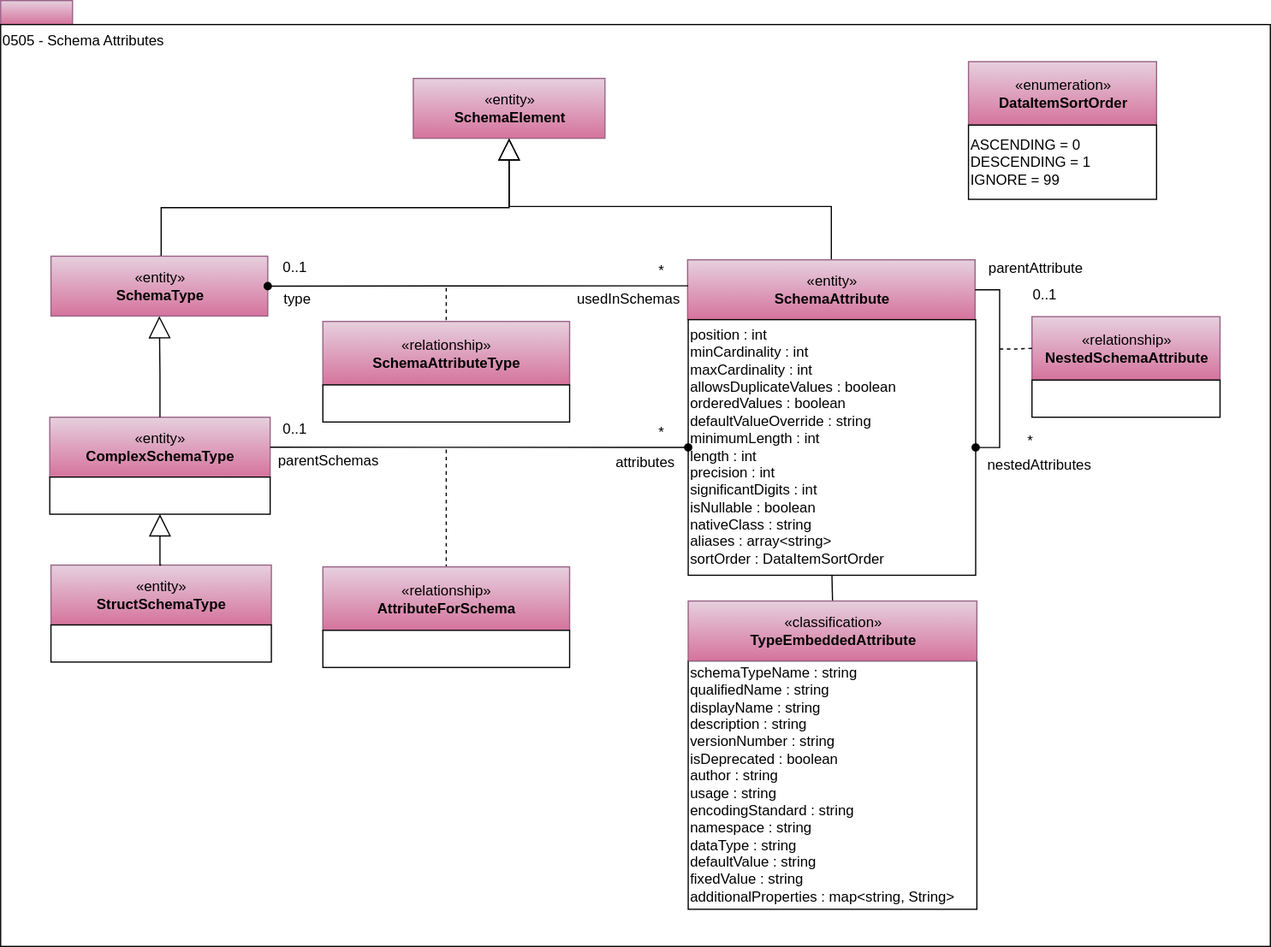
This is site/docs/types/5/0505-Schema-Attributes.svg from odpi/egeria-docs, a draw.io export, as it was before one commit. Source tidied: cells renumbered, new cells last; positions are measured from the earlier drawing's top-left corner, leaving out a move shared by most shapes. Source of this version:
```xml
<mxGraphModel>
  <root>
    <mxCell id="0" />
    <mxCell id="1" parent="0" />
    <mxCell id="2" style="rounded=0;whiteSpace=wrap;html=1;align=left;fillColor=#e6d0de;strokeColor=#996185;gradientColor=#d5739d;" parent="1" vertex="1">
      <mxGeometry width="60" height="20" as="geometry" />
    </mxCell>
    <mxCell id="3" value="0505 - Schema Attributes" style="rounded=0;whiteSpace=wrap;html=1;align=left;verticalAlign=top;" parent="1" vertex="1">
      <mxGeometry y="20" width="1060" height="770" as="geometry" />
    </mxCell>
    <mxCell id="4" value="«entity»&lt;br&gt;&lt;b&gt;SchemaElement&lt;/b&gt;" style="html=1;strokeColor=#996185;align=center;fillColor=#e6d0de;gradientColor=#d5739d;" parent="1" vertex="1">
      <mxGeometry x="344.5" y="65" width="160" height="50" as="geometry" />
    </mxCell>
    <mxCell id="5" style="edgeStyle=orthogonalEdgeStyle;rounded=0;jettySize=auto;html=1;exitX=0.5;exitY=0;exitDx=0;exitDy=0;startArrow=none;startFill=0;startSize=6;endArrow=block;endFill=0;endSize=16;entryX=0.5;entryY=1;entryDx=0;entryDy=0;" parent="1" edge="1" source="6" target="4">
      <mxGeometry relative="1" as="geometry">
        <Array as="points">
          <mxPoint x="134" y="214" />
          <mxPoint x="134" y="173" />
          <mxPoint x="425" y="173" />
        </Array>
      </mxGeometry>
    </mxCell>
    <mxCell id="6" value="«entity»&lt;br&gt;&lt;b&gt;SchemaType&lt;/b&gt;" style="html=1;strokeColor=#996185;align=center;fillColor=#e6d0de;gradientColor=#d5739d;" parent="1" vertex="1">
      <mxGeometry x="42" y="213.5" width="181" height="50" as="geometry" />
    </mxCell>
    <mxCell id="7" style="edgeStyle=orthogonalEdgeStyle;rounded=0;jettySize=auto;html=1;exitX=0.5;exitY=0;exitDx=0;exitDy=0;startSize=6;endArrow=none;endFill=0;endSize=16;entryX=0.5;entryY=1;entryDx=0;entryDy=0;" parent="1" edge="1" source="36" target="34">
      <mxGeometry relative="1" as="geometry" />
    </mxCell>
    <mxCell id="8" style="edgeStyle=orthogonalEdgeStyle;rounded=0;jettySize=auto;html=1;exitX=0.5;exitY=0;exitDx=0;exitDy=0;entryX=0.5;entryY=1;entryDx=0;entryDy=0;startSize=6;endArrow=block;endFill=0;endSize=16;" parent="1" edge="1" source="33" target="4">
      <mxGeometry relative="1" as="geometry">
        <Array as="points">
          <mxPoint x="694" y="172" />
          <mxPoint x="425" y="172" />
        </Array>
      </mxGeometry>
    </mxCell>
    <mxCell id="9" style="group;" parent="1" vertex="1">
      <mxGeometry x="861" y="264" width="157" height="84" as="geometry" />
    </mxCell>
    <mxCell id="10" value="«relationship»&lt;br&gt;&lt;b&gt;NestedSchemaAttribute&lt;/b&gt;" style="html=1;strokeColor=#996185;align=center;fillColor=#e6d0de;gradientColor=#d5739d;" parent="9" vertex="1">
      <mxGeometry width="157" height="53" as="geometry" />
    </mxCell>
    <mxCell id="11" style="rounded=0;whiteSpace=wrap;html=1;strokeColor=#000000;gradientColor=#ffffff;align=center;" parent="9" vertex="1">
      <mxGeometry y="53" width="157" height="31" as="geometry" />
    </mxCell>
    <mxCell id="12" style="endArrow=none;dashed=1;html=1;edgeStyle=orthogonalEdgeStyle;rounded=0;entryX=0;entryY=0.5;entryDx=0;entryDy=0;" parent="1" edge="1" target="10">
      <mxGeometry relative="1" as="geometry">
        <mxPoint x="834" y="291" as="sourcePoint" />
      </mxGeometry>
    </mxCell>
    <mxCell id="13" value="parentAttribute" style="text;html=1;strokeColor=none;fillColor=none;align=center;verticalAlign=middle;whiteSpace=wrap;rounded=0;" parent="1" vertex="1">
      <mxGeometry x="811" y="214" width="107" height="20" as="geometry" />
    </mxCell>
    <mxCell id="14" value="nestedAttributes" style="text;html=1;strokeColor=none;fillColor=none;align=center;verticalAlign=middle;whiteSpace=wrap;rounded=0;" parent="1" vertex="1">
      <mxGeometry x="813.5" y="378.2" width="107" height="20" as="geometry" />
    </mxCell>
    <mxCell id="15" value="*" style="text;html=1;strokeColor=none;fillColor=none;align=center;verticalAlign=middle;whiteSpace=wrap;rounded=0;" parent="1" vertex="1">
      <mxGeometry x="840" y="358.2" width="40" height="20" as="geometry" />
    </mxCell>
    <mxCell id="16" value="0..1" style="text;html=1;strokeColor=none;fillColor=none;align=center;verticalAlign=middle;whiteSpace=wrap;rounded=0;" parent="1" vertex="1">
      <mxGeometry x="852" y="236" width="40" height="20" as="geometry" />
    </mxCell>
    <mxCell id="17" style="endArrow=none;dashed=1;html=1;" parent="1" edge="1" target="19">
      <mxGeometry relative="1" as="geometry">
        <mxPoint x="372" y="375" as="sourcePoint" />
      </mxGeometry>
    </mxCell>
    <mxCell id="18" style="group;" parent="1" vertex="1">
      <mxGeometry x="269" y="473" width="206" height="84" as="geometry" />
    </mxCell>
    <mxCell id="19" value="«relationship»&lt;br&gt;&lt;b&gt;AttributeForSchema&lt;/b&gt;" style="html=1;strokeColor=#996185;align=center;fillColor=#e6d0de;gradientColor=#d5739d;" parent="18" vertex="1">
      <mxGeometry width="206" height="53" as="geometry" />
    </mxCell>
    <mxCell id="20" style="rounded=0;whiteSpace=wrap;html=1;strokeColor=#000000;gradientColor=#ffffff;align=center;" parent="18" vertex="1">
      <mxGeometry y="53" width="206" height="31" as="geometry" />
    </mxCell>
    <mxCell id="21" style="group;" parent="1" vertex="1">
      <mxGeometry x="41" y="348" width="184" height="81" as="geometry" />
    </mxCell>
    <mxCell id="22" value="«entity»&lt;br&gt;&lt;b&gt;ComplexSchemaType&lt;/b&gt;" style="html=1;strokeColor=#996185;align=center;fillColor=#e6d0de;gradientColor=#d5739d;" parent="21" vertex="1">
      <mxGeometry width="184" height="50" as="geometry" />
    </mxCell>
    <mxCell id="23" style="rounded=0;whiteSpace=wrap;html=1;strokeColor=#000000;gradientColor=#ffffff;align=center;" parent="21" vertex="1">
      <mxGeometry y="50" width="184" height="31" as="geometry" />
    </mxCell>
    <mxCell id="24" style="edgeStyle=orthogonalEdgeStyle;rounded=0;jettySize=auto;html=1;exitX=0.5;exitY=0;exitDx=0;exitDy=0;entryX=0.5;entryY=1;entryDx=0;entryDy=0;endArrow=block;endFill=0;endSize=16;" parent="1" edge="1" source="22" target="6">
      <mxGeometry relative="1" as="geometry" />
    </mxCell>
    <mxCell id="25" value="*" style="text;html=1;strokeColor=none;fillColor=none;align=center;verticalAlign=middle;whiteSpace=wrap;rounded=0;" parent="1" vertex="1">
      <mxGeometry x="531.5" y="351" width="40" height="20" as="geometry" />
    </mxCell>
    <mxCell id="26" value="0..1" style="text;html=1;strokeColor=none;fillColor=none;align=center;verticalAlign=middle;whiteSpace=wrap;rounded=0;" parent="1" vertex="1">
      <mxGeometry x="226" y="348" width="40" height="20" as="geometry" />
    </mxCell>
    <mxCell id="27" value="attributes" style="text;html=1;strokeColor=none;fillColor=none;align=center;verticalAlign=middle;whiteSpace=wrap;rounded=0;" parent="1" vertex="1">
      <mxGeometry x="504.5" y="376" width="67" height="20" as="geometry" />
    </mxCell>
    <mxCell id="28" value="parentSchemas" style="text;html=1;strokeColor=none;fillColor=none;align=center;verticalAlign=middle;whiteSpace=wrap;rounded=0;" parent="1" vertex="1">
      <mxGeometry x="224" y="374.5" width="100" height="20" as="geometry" />
    </mxCell>
    <mxCell id="29" style="group;" parent="1" vertex="1">
      <mxGeometry x="42" y="458.5" width="184" height="81" as="geometry" />
    </mxCell>
    <mxCell id="30" value="«entity»&lt;br&gt;&lt;b&gt;StructSchemaType&lt;/b&gt;" style="html=1;strokeColor=#996185;align=center;fillColor=#e6d0de;gradientColor=#d5739d;" parent="29" vertex="1">
      <mxGeometry y="13" width="184" height="50" as="geometry" />
    </mxCell>
    <mxCell id="31" style="rounded=0;whiteSpace=wrap;html=1;strokeColor=#000000;gradientColor=#ffffff;align=center;" parent="29" vertex="1">
      <mxGeometry y="63" width="184" height="31" as="geometry" />
    </mxCell>
    <mxCell id="32" style="edgeStyle=orthogonalEdgeStyle;rounded=0;jettySize=auto;html=1;exitX=0.5;exitY=0;exitDx=0;exitDy=0;entryX=0.5;entryY=1;entryDx=0;entryDy=0;endArrow=block;endFill=0;endSize=16;" parent="1" edge="1" source="30" target="23">
      <mxGeometry relative="1" as="geometry" />
    </mxCell>
    <mxCell id="33" value="«entity»&lt;br&gt;&lt;b&gt;SchemaAttribute&lt;/b&gt;" style="html=1;strokeColor=#996185;align=center;fillColor=#e6d0de;gradientColor=#d5739d;" parent="1" vertex="1">
      <mxGeometry x="573.5" y="216.5" width="240" height="50" as="geometry" />
    </mxCell>
    <mxCell id="34" value="&lt;span style=&quot;white-space: normal&quot;&gt;position : int&lt;/span&gt;&lt;br style=&quot;white-space: normal&quot;&gt;&lt;font style=&quot;white-space: normal&quot;&gt;minCardinality : int&lt;br&gt;maxCardinality : int&lt;/font&gt;&lt;br style=&quot;white-space: normal&quot;&gt;&lt;font style=&quot;white-space: normal&quot;&gt;allowsDuplicateValues : boolean&lt;br&gt;orderedValues : boolean&lt;br&gt;&lt;/font&gt;&lt;span&gt;defaultValueOverride : string&lt;br&gt;minimumLength : int&lt;br&gt;length : int&lt;br&gt;precision : int&lt;br&gt;significantDigits : int&lt;br&gt;isNullable : boolean&lt;br&gt;&lt;/span&gt;&lt;font style=&quot;white-space: normal&quot;&gt;nativeClass : string&lt;br&gt;aliases : array&amp;lt;string&amp;gt;&lt;br&gt;sortOrder : DataItemSortOrder&lt;br&gt;&lt;/font&gt;" style="rounded=0;whiteSpace=wrap;html=1;strokeColor=#000000;gradientColor=#ffffff;align=left;fontColor=#000000;" parent="1" vertex="1">
      <mxGeometry x="574" y="266.5" width="240" height="213.5" as="geometry" />
    </mxCell>
    <mxCell id="35" value="schemaTypeName : string&lt;br&gt;qualifiedName : string&lt;br&gt;displayName : string&lt;br&gt;description : string&lt;br&gt;versionNumber : string&lt;br&gt;isDeprecated : boolean&lt;br&gt;author : string&lt;br&gt;usage : string&lt;br&gt;encodingStandard : string&lt;br&gt;namespace : string&lt;br&gt;dataType : string&lt;br&gt;defaultValue : string&lt;br&gt;fixedValue : string&lt;br&gt;additionalProperties : map&amp;lt;string, String&amp;gt;&lt;br&gt;&lt;div style=&quot;text-align: left&quot;&gt;&lt;/div&gt;" style="rounded=0;whiteSpace=wrap;html=1;strokeColor=#000000;gradientColor=#ffffff;align=left;" parent="1" vertex="1">
      <mxGeometry x="574" y="551.5" width="241" height="207.5" as="geometry" />
    </mxCell>
    <mxCell id="36" value="«classification»&lt;br&gt;&lt;b&gt;TypeEmbeddedAttribute&lt;/b&gt;" style="html=1;strokeColor=#996185;align=center;fillColor=#e6d0de;gradientColor=#d5739d;" parent="1" vertex="1">
      <mxGeometry x="574" y="501.5" width="241" height="50" as="geometry" />
    </mxCell>
    <mxCell id="37" style="group;" parent="1" vertex="1">
      <mxGeometry x="808" y="51" width="157" height="115" as="geometry" />
    </mxCell>
    <mxCell id="38" value="«enumeration»&lt;br&gt;&lt;b&gt;DataItemSortOrder&lt;/b&gt;" style="html=1;strokeColor=#996185;align=center;fillColor=#e6d0de;gradientColor=#d5739d;" parent="37" vertex="1">
      <mxGeometry width="157" height="53" as="geometry" />
    </mxCell>
    <mxCell id="39" value="&lt;div&gt;ASCENDING = 0&lt;/div&gt;&lt;div&gt;DESCENDING = 1&lt;/div&gt;&lt;div&gt;IGNORE = 99&lt;/div&gt;" style="rounded=0;whiteSpace=wrap;html=1;strokeColor=#000000;gradientColor=#ffffff;align=left;" parent="37" vertex="1">
      <mxGeometry y="53" width="157" height="62" as="geometry" />
    </mxCell>
    <mxCell id="40" style="endArrow=none;dashed=1;html=1;" parent="1" edge="1" target="43">
      <mxGeometry relative="1" as="geometry">
        <mxPoint x="372" y="240" as="sourcePoint" />
      </mxGeometry>
    </mxCell>
    <mxCell id="41" style="endArrow=oval;html=1;edgeStyle=orthogonalEdgeStyle;rounded=0;exitX=0;exitY=0.5;exitDx=0;exitDy=0;endFill=1;" parent="1" edge="1" target="6">
      <mxGeometry relative="1" as="geometry">
        <mxPoint x="574" y="238.2" as="sourcePoint" />
      </mxGeometry>
    </mxCell>
    <mxCell id="42" style="group;" parent="1" vertex="1">
      <mxGeometry x="269" y="268" width="206" height="84" as="geometry" />
    </mxCell>
    <mxCell id="43" value="«relationship»&lt;br&gt;&lt;b&gt;SchemaAttributeType&lt;/b&gt;" style="html=1;strokeColor=#996185;align=center;fillColor=#e6d0de;gradientColor=#d5739d;" parent="42" vertex="1">
      <mxGeometry width="206" height="53" as="geometry" />
    </mxCell>
    <mxCell id="44" style="rounded=0;whiteSpace=wrap;html=1;strokeColor=#000000;gradientColor=#ffffff;align=center;" parent="42" vertex="1">
      <mxGeometry y="53" width="206" height="31" as="geometry" />
    </mxCell>
    <mxCell id="45" value="*" style="text;html=1;strokeColor=none;fillColor=none;align=center;verticalAlign=middle;whiteSpace=wrap;rounded=0;" parent="1" vertex="1">
      <mxGeometry x="531.5" y="216" width="40" height="20" as="geometry" />
    </mxCell>
    <mxCell id="46" value="0..1" style="text;html=1;strokeColor=none;fillColor=none;align=center;verticalAlign=middle;whiteSpace=wrap;rounded=0;" parent="1" vertex="1">
      <mxGeometry x="226" y="213" width="40" height="20" as="geometry" />
    </mxCell>
    <mxCell id="47" value="usedInSchemas" style="text;html=1;strokeColor=none;fillColor=none;align=center;verticalAlign=middle;whiteSpace=wrap;rounded=0;" parent="1" vertex="1">
      <mxGeometry x="491" y="239.5" width="67" height="20" as="geometry" />
    </mxCell>
    <mxCell id="48" value="type" style="text;html=1;strokeColor=none;fillColor=none;align=center;verticalAlign=middle;whiteSpace=wrap;rounded=0;" parent="1" vertex="1">
      <mxGeometry x="224" y="239.5" width="48" height="20" as="geometry" />
    </mxCell>
    <mxCell id="49" style="endArrow=none;html=1;entryX=1;entryY=0.5;entryDx=0;entryDy=0;edgeStyle=orthogonalEdgeStyle;rounded=0;exitX=0;exitY=0.5;exitDx=0;exitDy=0;startArrow=oval;startFill=1;" parent="1" edge="1" source="34" target="22">
      <mxGeometry relative="1" as="geometry">
        <Array as="points">
          <mxPoint x="574" y="373" />
          <mxPoint x="574" y="373" />
        </Array>
      </mxGeometry>
    </mxCell>
    <mxCell id="50" style="edgeStyle=orthogonalEdgeStyle;rounded=0;jettySize=auto;html=1;entryX=1;entryY=0.5;entryDx=0;entryDy=0;fontColor=#FF0000;endArrow=oval;endFill=1;exitX=1;exitY=0.5;exitDx=0;exitDy=0;" parent="1" edge="1" source="33" target="34">
      <mxGeometry relative="1" as="geometry" />
    </mxCell>
  </root>
</mxGraphModel>
```
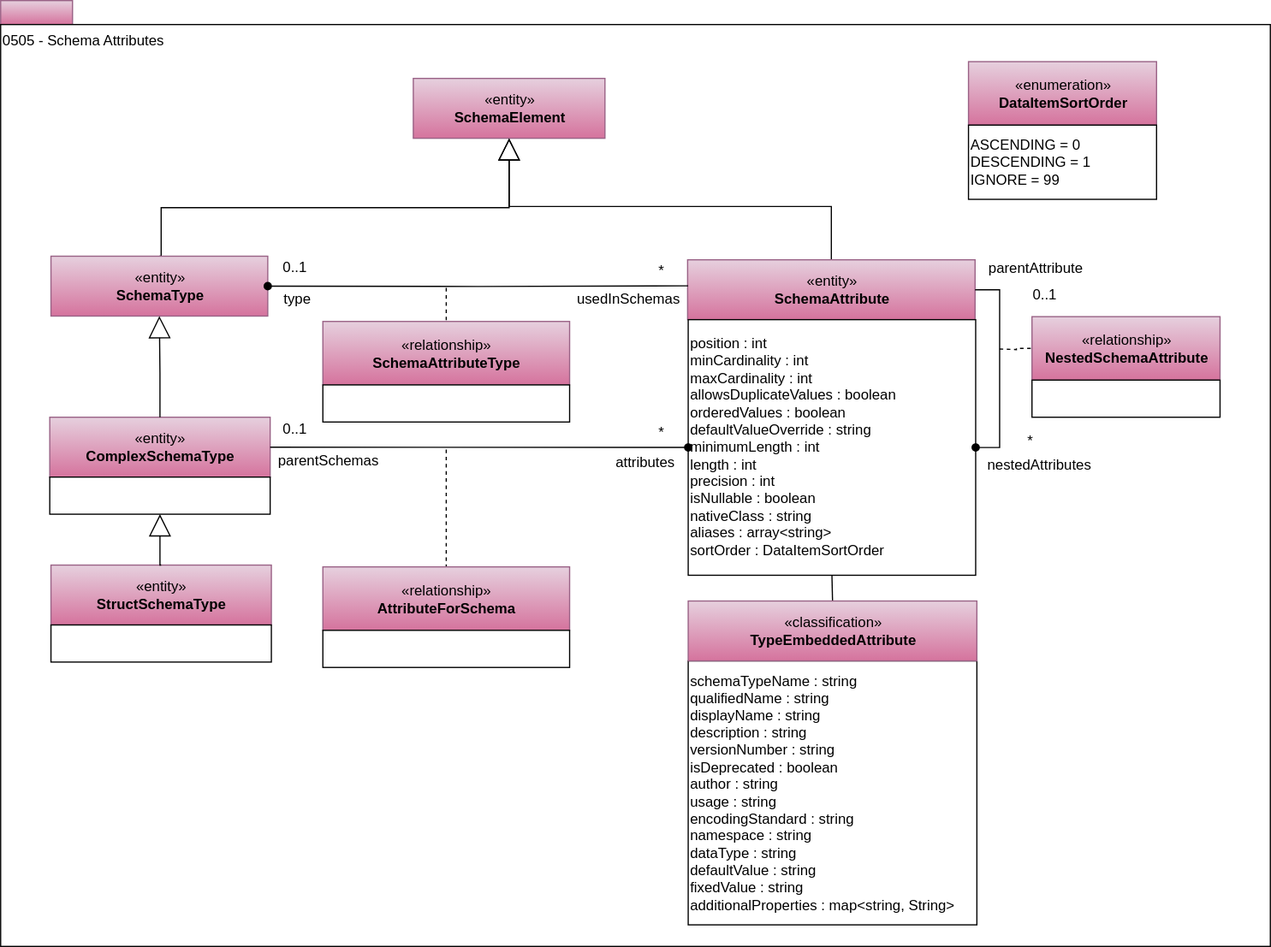
Above is the later version.

The edit, as a diff of the source:
```diff
@@ -113,11 +113,11 @@
     <mxCell id="33" value="«entity»&lt;br&gt;&lt;b&gt;SchemaAttribute&lt;/b&gt;" style="html=1;strokeColor=#996185;align=center;fillColor=#e6d0de;gradientColor=#d5739d;" parent="1" vertex="1">
       <mxGeometry x="573.5" y="216.5" width="240" height="50" as="geometry" />
     </mxCell>
-    <mxCell id="34" value="&lt;span style=&quot;white-space: normal&quot;&gt;position : int&lt;/span&gt;&lt;br style=&quot;white-space: normal&quot;&gt;&lt;font style=&quot;white-space: normal&quot;&gt;minCardinality : int&lt;br&gt;maxCardinality : int&lt;/font&gt;&lt;br style=&quot;white-space: normal&quot;&gt;&lt;font style=&quot;white-space: normal&quot;&gt;allowsDuplicateValues : boolean&lt;br&gt;orderedValues : boolean&lt;br&gt;&lt;/font&gt;&lt;span&gt;defaultValueOverride : string&lt;br&gt;minimumLength : int&lt;br&gt;length : int&lt;br&gt;precision : int&lt;br&gt;significantDigits : int&lt;br&gt;isNullable : boolean&lt;br&gt;&lt;/span&gt;&lt;font style=&quot;white-space: normal&quot;&gt;nativeClass : string&lt;br&gt;aliases : array&amp;lt;string&amp;gt;&lt;br&gt;sortOrder : DataItemSortOrder&lt;br&gt;&lt;/font&gt;" style="rounded=0;whiteSpace=wrap;html=1;strokeColor=#000000;gradientColor=#ffffff;align=left;fontColor=#000000;" parent="1" vertex="1">
+    <mxCell id="34" value="&lt;span style=&quot;white-space: normal&quot;&gt;position : int&lt;/span&gt;&lt;br style=&quot;white-space: normal&quot;&gt;&lt;font style=&quot;white-space: normal&quot;&gt;minCardinality : int&lt;br&gt;maxCardinality : int&lt;/font&gt;&lt;br style=&quot;white-space: normal&quot;&gt;&lt;font style=&quot;white-space: normal&quot;&gt;allowsDuplicateValues : boolean&lt;br&gt;orderedValues : boolean&lt;br&gt;&lt;/font&gt;&lt;span&gt;defaultValueOverride : string&lt;br&gt;minimumLength : int&lt;br&gt;length : int&lt;br&gt;precision : int&lt;br&gt;isNullable : boolean&lt;br&gt;&lt;/span&gt;&lt;font style=&quot;white-space: normal&quot;&gt;nativeClass : string&lt;br&gt;aliases : array&amp;lt;string&amp;gt;&lt;br&gt;sortOrder : DataItemSortOrder&lt;br&gt;&lt;/font&gt;" style="rounded=0;whiteSpace=wrap;html=1;strokeColor=#000000;gradientColor=#ffffff;align=left;fontColor=#000000;" parent="1" vertex="1">
       <mxGeometry x="574" y="266.5" width="240" height="213.5" as="geometry" />
     </mxCell>
     <mxCell id="35" value="schemaTypeName : string&lt;br&gt;qualifiedName : string&lt;br&gt;displayName : string&lt;br&gt;description : string&lt;br&gt;versionNumber : string&lt;br&gt;isDeprecated : boolean&lt;br&gt;author : string&lt;br&gt;usage : string&lt;br&gt;encodingStandard : string&lt;br&gt;namespace : string&lt;br&gt;dataType : string&lt;br&gt;defaultValue : string&lt;br&gt;fixedValue : string&lt;br&gt;additionalProperties : map&amp;lt;string, String&amp;gt;&lt;br&gt;&lt;div style=&quot;text-align: left&quot;&gt;&lt;/div&gt;" style="rounded=0;whiteSpace=wrap;html=1;strokeColor=#000000;gradientColor=#ffffff;align=left;" parent="1" vertex="1">
-      <mxGeometry x="574" y="551.5" width="241" height="207.5" as="geometry" />
+      <mxGeometry x="574" y="551.5" width="241" height="220.5" as="geometry" />
     </mxCell>
     <mxCell id="36" value="«classification»&lt;br&gt;&lt;b&gt;TypeEmbeddedAttribute&lt;/b&gt;" style="html=1;strokeColor=#996185;align=center;fillColor=#e6d0de;gradientColor=#d5739d;" parent="1" vertex="1">
       <mxGeometry x="574" y="501.5" width="241" height="50" as="geometry" />
```
